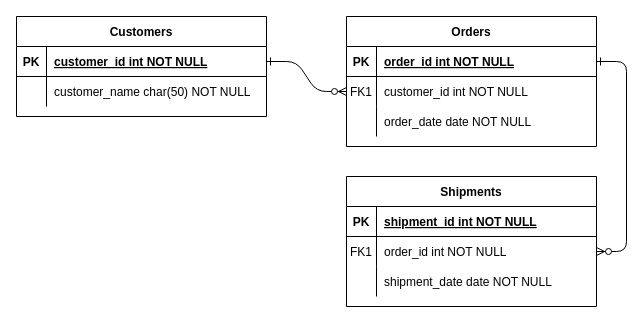
Before: connectERD.drawio in dugoatboy/COP4331-Group17-SmallProject, a draw.io diagram. Source tidied: cells renumbered, new cells numbered last; positions are measured from the earlier drawing's top-left corner, leaving out a move shared by most shapes. Both pictures are drawn from the tidied source at 100%, with x=0, y=0 at pixel (16, 16).
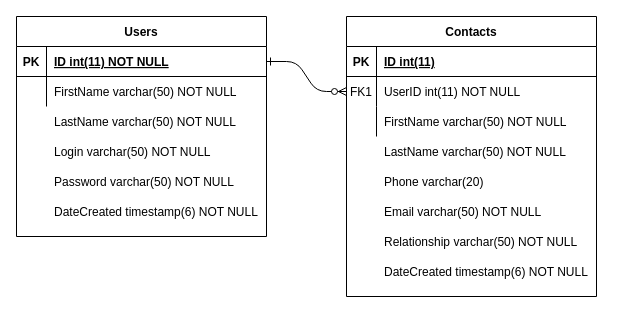
The same page after the edit.

The change refers to these unchanged cells:
```xml
<mxCell id="5" style="shape=partialRectangle;fillColor=none;points=[[0,0.5],[1,0.5]];portConstraint=eastwest;top=0;left=0;right=0;bottom=1;" parent="4" vertex="1">
  <mxGeometry y="30" width="250" height="30" as="geometry" />
</mxCell>
<mxCell id="8" style="shape=partialRectangle;fillColor=none;points=[[0,0.5],[1,0.5]];portConstraint=eastwest;top=0;left=0;right=0;bottom=0;" parent="4" vertex="1">
  <mxGeometry y="60" width="250" height="30" as="geometry" />
</mxCell>
<mxCell id="11" style="shape=partialRectangle;fillColor=none;top=0;left=0;right=0;bottom=0;" parent="4" vertex="1">
  <mxGeometry y="90" width="250" height="30" as="geometry" />
</mxCell>
<mxCell id="25" style="shape=partialRectangle;fillColor=none;points=[[0,0.5],[1,0.5]];portConstraint=eastwest;top=0;left=0;right=0;bottom=1;" parent="24" vertex="1">
  <mxGeometry y="30" width="250" height="30" as="geometry" />
</mxCell>
<mxCell id="28" style="shape=partialRectangle;fillColor=none;top=0;left=0;right=0;bottom=0;" parent="24" vertex="1">
  <mxGeometry y="60" width="250" height="30" as="geometry" />
</mxCell>
```

Diff of the diagram source:
```diff
@@
-    <mxCell id="3" style="edgeStyle=entityRelationEdgeStyle;endArrow=ERzeroToMany;startArrow=ERone;endFill=1;startFill=0;" parent="1" edge="1" source="5" target="18">
-      <mxGeometry relative="1" as="geometry" />
-    </mxCell>
-    <mxCell id="4" value="Orders" style="shape=table;startSize=30;childLayout=tableLayout;rowLines=0;fontStyle=1;align=center;" parent="1" vertex="1">
-      <mxGeometry x="330" width="250" height="130" as="geometry" />
+    <mxCell id="4" value="Contacts" style="shape=table;startSize=30;childLayout=tableLayout;rowLines=0;fontStyle=1;align=center;" parent="1" vertex="1">
+      <mxGeometry x="330" width="250" height="280" as="geometry" />
     </mxCell>
@@
-    <mxCell id="7" value="order_id int NOT NULL " style="shape=partialRectangle;overflow=hidden;fillColor=none;top=0;left=0;bottom=0;right=0;align=left;spacingLeft=6;fontStyle=5;" parent="5" vertex="1">
+    <mxCell id="7" value="ID int(11)" style="shape=partialRectangle;overflow=hidden;fillColor=none;top=0;left=0;bottom=0;right=0;align=left;spacingLeft=6;fontStyle=5;" parent="5" vertex="1">
       <mxGeometry x="30" width="220" height="30" as="geometry" />
     </mxCell>
@@
-    <mxCell id="10" value="customer_id int NOT NULL" style="shape=partialRectangle;overflow=hidden;fillColor=none;top=0;left=0;bottom=0;right=0;align=left;spacingLeft=6;" parent="8" vertex="1">
+    <mxCell id="10" value="UserID int(11) NOT NULL" style="shape=partialRectangle;overflow=hidden;fillColor=none;top=0;left=0;bottom=0;right=0;align=left;spacingLeft=6;" parent="8" vertex="1">
       <mxGeometry x="30" width="220" height="30" as="geometry" />
     </mxCell>
@@
-    <mxCell id="13" value="order_date date NOT NULL" style="shape=partialRectangle;overflow=hidden;fillColor=none;top=0;left=0;bottom=0;right=0;align=left;spacingLeft=6;" parent="11" vertex="1">
+    <mxCell id="13" value="FirstName varchar(50) NOT NULL" style="shape=partialRectangle;overflow=hidden;fillColor=none;top=0;left=0;bottom=0;right=0;align=left;spacingLeft=6;" parent="11" vertex="1">
       <mxGeometry x="30" width="220" height="30" as="geometry" />
     </mxCell>
-    <mxCell id="14" value="Shipments" style="shape=table;startSize=30;childLayout=tableLayout;rowLines=0;fontStyle=1;align=center;" parent="1" vertex="1">
-      <mxGeometry x="330" y="160" width="250" height="130" as="geometry" />
-    </mxCell>
-    <mxCell id="15" style="shape=partialRectangle;fillColor=none;top=0;left=0;right=0;bottom=1;" parent="14" vertex="1">
-      <mxGeometry y="30" width="250" height="30" as="geometry" />
-    </mxCell>
-    <mxCell id="16" value="PK" style="shape=partialRectangle;overflow=hidden;fillColor=none;top=0;left=0;bottom=0;right=0;fontStyle=1;" parent="15" vertex="1">
-      <mxGeometry width="30" height="30" as="geometry" />
-    </mxCell>
-    <mxCell id="17" value="shipment_id int NOT NULL " style="shape=partialRectangle;overflow=hidden;fillColor=none;top=0;left=0;bottom=0;right=0;align=left;spacingLeft=6;fontStyle=5;" parent="15" vertex="1">
-      <mxGeometry x="30" width="220" height="30" as="geometry" />
-    </mxCell>
-    <mxCell id="18" style="shape=partialRectangle;fillColor=none;points=[[0,0.5],[1,0.5]];portConstraint=eastwest;top=0;left=0;right=0;bottom=0;" parent="14" vertex="1">
-      <mxGeometry y="60" width="250" height="30" as="geometry" />
-    </mxCell>
-    <mxCell id="19" value="FK1" style="shape=partialRectangle;overflow=hidden;fillColor=none;top=0;left=0;bottom=0;right=0;" parent="18" vertex="1">
-      <mxGeometry width="30" height="30" as="geometry" />
-    </mxCell>
-    <mxCell id="20" value="order_id int NOT NULL" style="shape=partialRectangle;overflow=hidden;fillColor=none;top=0;left=0;bottom=0;right=0;align=left;spacingLeft=6;" parent="18" vertex="1">
-      <mxGeometry x="30" width="220" height="30" as="geometry" />
-    </mxCell>
-    <mxCell id="21" style="shape=partialRectangle;fillColor=none;top=0;left=0;right=0;bottom=0;" parent="14" vertex="1">
-      <mxGeometry y="90" width="250" height="30" as="geometry" />
-    </mxCell>
-    <mxCell id="22" style="shape=partialRectangle;overflow=hidden;fillColor=none;top=0;left=0;bottom=0;right=0;" parent="21" vertex="1">
-      <mxGeometry width="30" height="30" as="geometry" />
-    </mxCell>
-    <mxCell id="23" value="shipment_date date NOT NULL" style="shape=partialRectangle;overflow=hidden;fillColor=none;top=0;left=0;bottom=0;right=0;align=left;spacingLeft=6;" parent="21" vertex="1">
-      <mxGeometry x="30" width="220" height="30" as="geometry" />
-    </mxCell>
-    <mxCell id="24" value="Customers" style="shape=table;startSize=30;childLayout=tableLayout;rowLines=0;fontStyle=1;align=center;" parent="1" vertex="1">
-      <mxGeometry width="250" height="100" as="geometry" />
+    <mxCell id="24" value="Users" style="shape=table;startSize=30;childLayout=tableLayout;rowLines=0;fontStyle=1;align=center;" parent="1" vertex="1">
+      <mxGeometry width="250" height="220" as="geometry" />
     </mxCell>
@@
-    <mxCell id="27" value="customer_id int NOT NULL " style="shape=partialRectangle;overflow=hidden;fillColor=none;top=0;left=0;bottom=0;right=0;align=left;spacingLeft=6;fontStyle=5;" parent="25" vertex="1">
+    <mxCell id="27" value="ID int(11) NOT NULL" style="shape=partialRectangle;overflow=hidden;fillColor=none;top=0;left=0;bottom=0;right=0;align=left;spacingLeft=6;fontStyle=5;" parent="25" vertex="1">
       <mxGeometry x="30" width="220" height="30" as="geometry" />
     </mxCell>
@@
-    <mxCell id="30" value="customer_name char(50) NOT NULL" style="shape=partialRectangle;overflow=hidden;fillColor=none;top=0;left=0;bottom=0;right=0;align=left;spacingLeft=6;" parent="28" vertex="1">
+    <mxCell id="30" value="FirstName varchar(50) NOT NULL" style="shape=partialRectangle;overflow=hidden;fillColor=none;top=0;left=0;bottom=0;right=0;align=left;spacingLeft=6;" parent="28" vertex="1">
       <mxGeometry x="30" width="220" height="30" as="geometry" />
     </mxCell>
+    <mxCell id="31" value="LastName varchar(50) NOT NULL" style="shape=partialRectangle;overflow=hidden;fillColor=none;top=0;left=0;bottom=0;right=0;align=left;spacingLeft=6;" parent="1" vertex="1">
+      <mxGeometry x="30" y="90" width="220" height="30" as="geometry" />
+    </mxCell>
+    <mxCell id="32" value="Login varchar(50) NOT NULL" style="shape=partialRectangle;overflow=hidden;fillColor=none;top=0;left=0;bottom=0;right=0;align=left;spacingLeft=6;" parent="1" vertex="1">
+      <mxGeometry x="30" y="120" width="220" height="30" as="geometry" />
+    </mxCell>
+    <mxCell id="33" value="Password varchar(50) NOT NULL" style="shape=partialRectangle;overflow=hidden;fillColor=none;top=0;left=0;bottom=0;right=0;align=left;spacingLeft=6;" parent="1" vertex="1">
+      <mxGeometry x="30" y="150" width="220" height="30" as="geometry" />
+    </mxCell>
+    <mxCell id="34" value="DateCreated timestamp(6) NOT NULL" style="shape=partialRectangle;overflow=hidden;fillColor=none;top=0;left=0;bottom=0;right=0;align=left;spacingLeft=6;" parent="1" vertex="1">
+      <mxGeometry x="30" y="180" width="220" height="30" as="geometry" />
+    </mxCell>
+    <mxCell id="35" value="LastName varchar(50) NOT NULL" style="shape=partialRectangle;overflow=hidden;fillColor=none;top=0;left=0;bottom=0;right=0;align=left;spacingLeft=6;" parent="1" vertex="1">
+      <mxGeometry x="360" y="120" width="220" height="30" as="geometry" />
+    </mxCell>
+    <mxCell id="36" value="Phone varchar(20)" style="shape=partialRectangle;overflow=hidden;fillColor=none;top=0;left=0;bottom=0;right=0;align=left;spacingLeft=6;" parent="1" vertex="1">
+      <mxGeometry x="360" y="150" width="220" height="30" as="geometry" />
+    </mxCell>
+    <mxCell id="37" value="Email varchar(50) NOT NULL" style="shape=partialRectangle;overflow=hidden;fillColor=none;top=0;left=0;bottom=0;right=0;align=left;spacingLeft=6;" parent="1" vertex="1">
+      <mxGeometry x="360" y="180" width="220" height="30" as="geometry" />
+    </mxCell>
+    <mxCell id="38" value="Relationship varchar(50) NOT NULL" style="shape=partialRectangle;overflow=hidden;fillColor=none;top=0;left=0;bottom=0;right=0;align=left;spacingLeft=6;" parent="1" vertex="1">
+      <mxGeometry x="360" y="210" width="220" height="30" as="geometry" />
+    </mxCell>
+    <mxCell id="39" value="DateCreated timestamp(6) NOT NULL" style="shape=partialRectangle;overflow=hidden;fillColor=none;top=0;left=0;bottom=0;right=0;align=left;spacingLeft=6;" parent="1" vertex="1">
+      <mxGeometry x="360" y="240" width="220" height="30" as="geometry" />
+    </mxCell>
```
